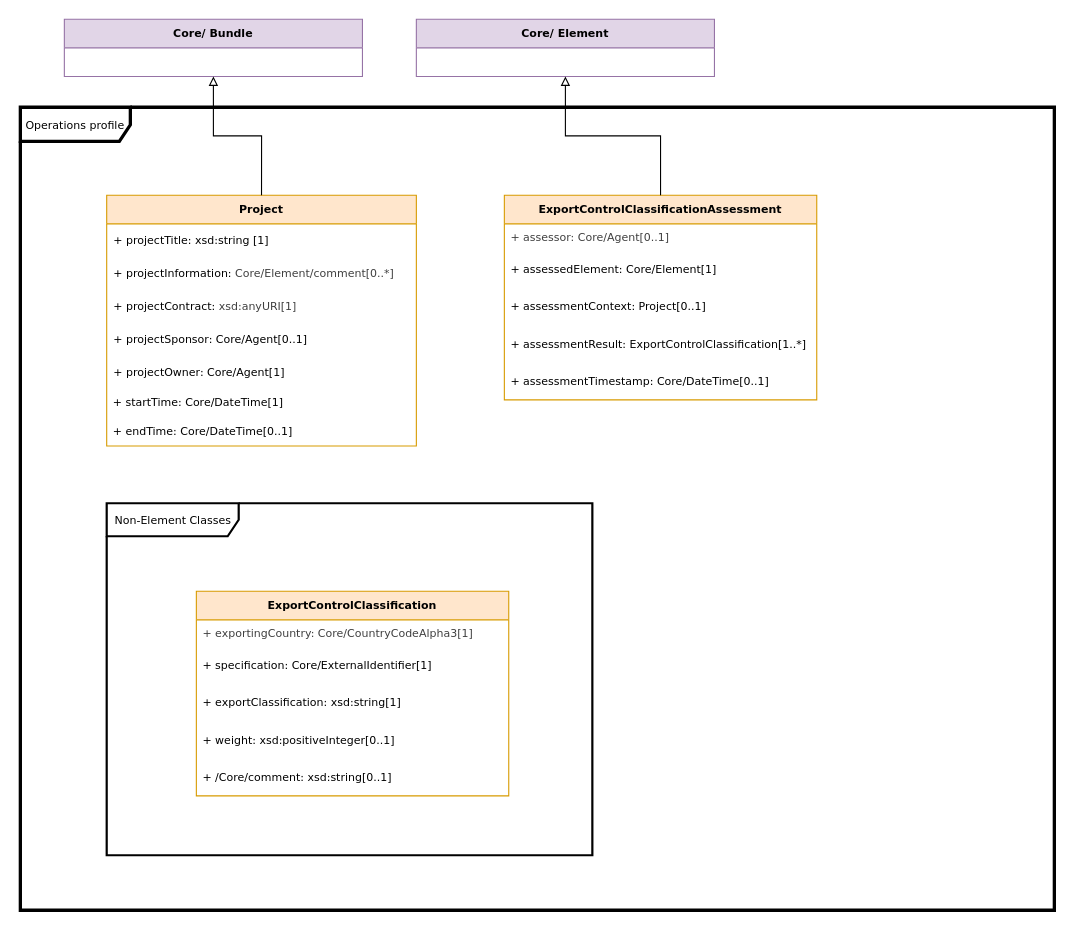
Before: page "Operations" (12 of 12) of docs/model.drawio in stevenc-stb/spdx-3-model, a draw.io diagram. Source tidied: cells renumbered, new cells numbered last; positions are measured from the earlier drawing's top-left corner, leaving out a move shared by most shapes. Both pictures are drawn from the tidied source at 110%, with x=0, y=0 at pixel (20, 19).
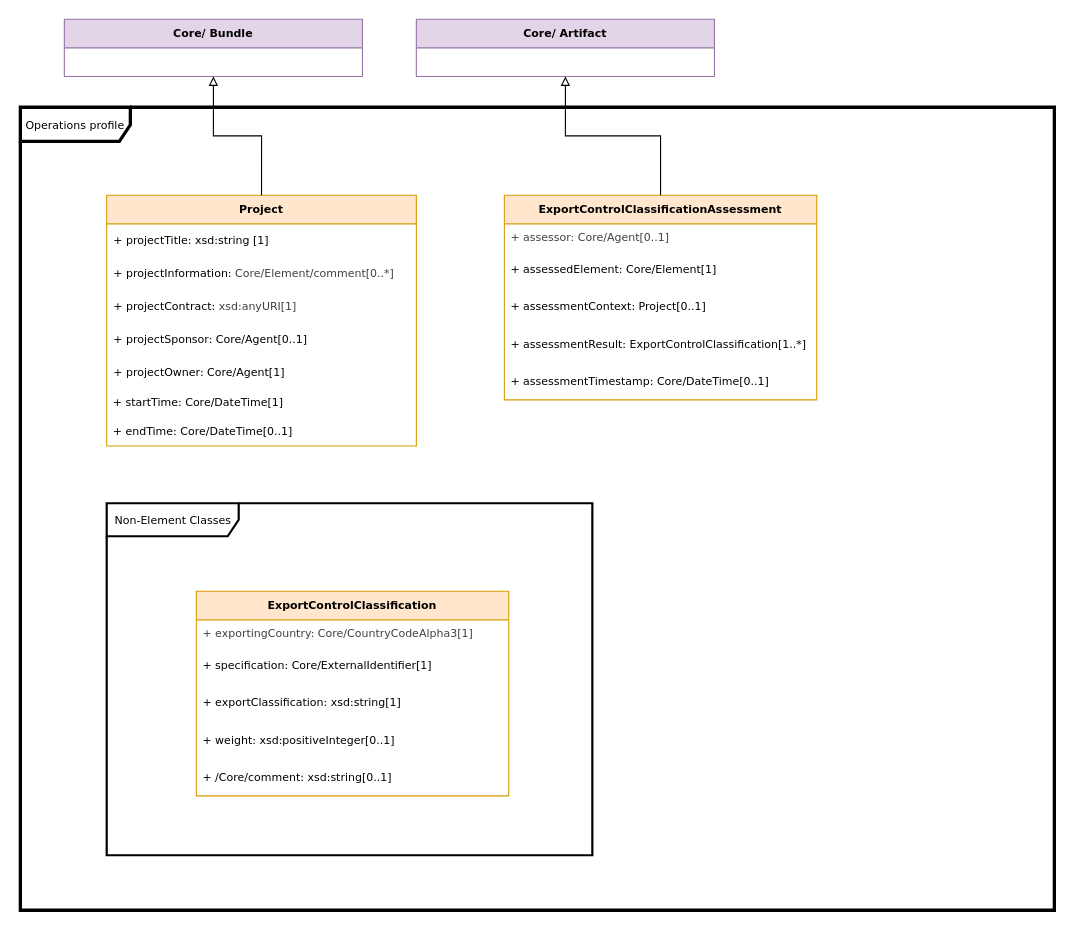
The same diagram, later.

Commit message:
correct ExportControlClassificationAssessment parent in drawio

Change to the diagram source:
```diff
@@
-    <mxCell id="26" value="Core/ Element" style="swimlane;fontStyle=1;horizontal=1;startSize=26;fillColor=#e1d5e7;strokeColor=#9673a6;fontFamily=Verdana;fontSize=10;" parent="1" vertex="1">
+    <mxCell id="26" value="Core/ Artifact" style="swimlane;fontStyle=1;horizontal=1;startSize=26;fillColor=#e1d5e7;strokeColor=#9673a6;fontFamily=Verdana;fontSize=10;" parent="1" vertex="1">
       <mxGeometry x="360" width="271" height="52" as="geometry" />
     </mxCell>
```
